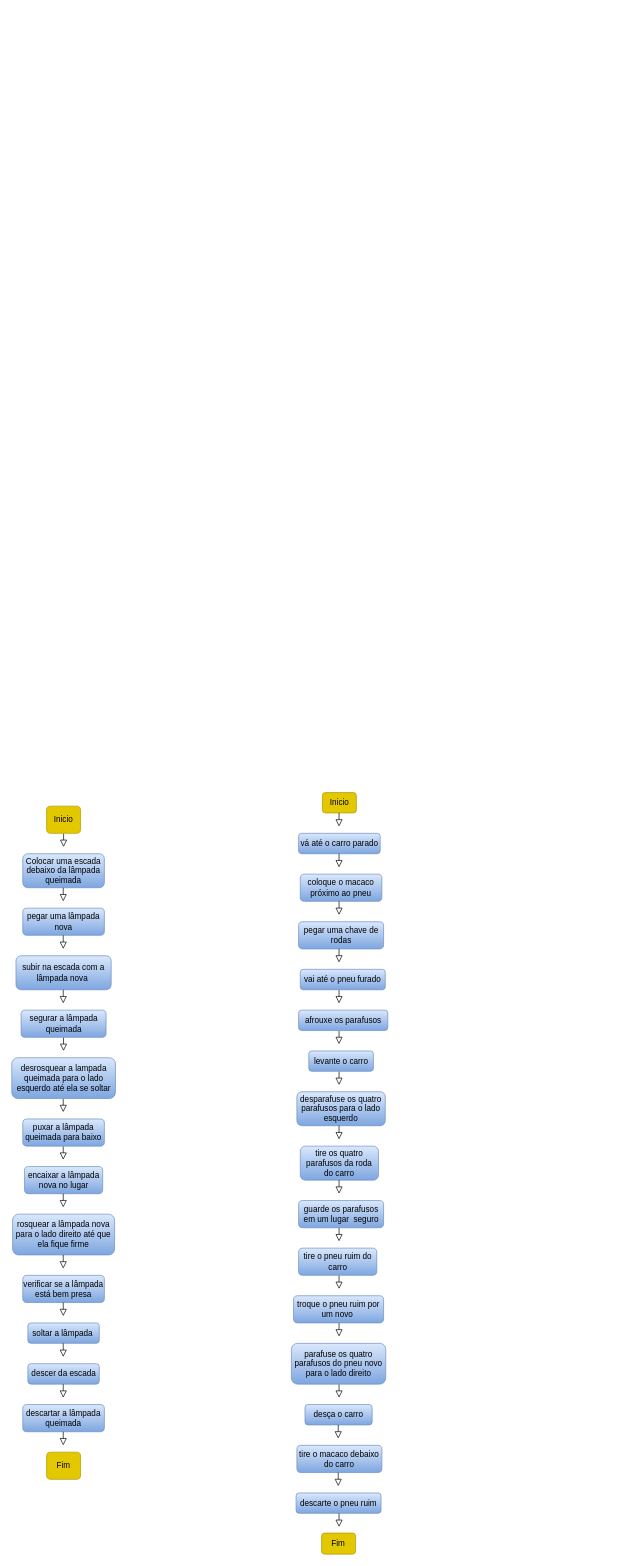
Earlier version of the draw.io diagram Diagrama sem nome.drawio (MaviSz01/terceira_aula). Source tidied: cells renumbered, new cells numbered last; positions are measured from the earlier drawing's top-left corner, leaving out a move shared by most shapes. Both pictures are drawn from the tidied source at 68%, with x=0, y=0 at pixel (12, 792).
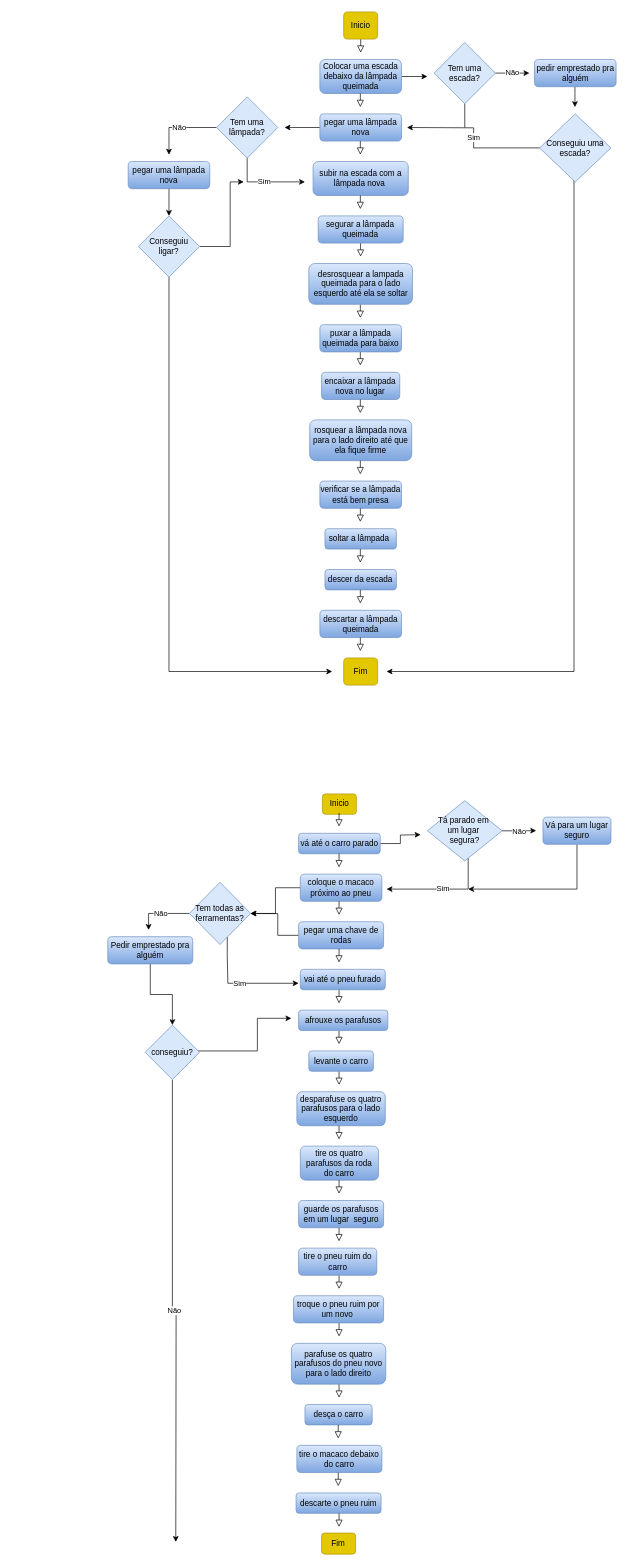
Above is the later version.

Unchanged cells that the change refers to:
```xml
<mxCell id="32" value="vá até o carro parado" style="rounded=1;whiteSpace=wrap;html=1;fontSize=12;glass=0;strokeWidth=1;shadow=0;fillColor=#dae8fc;strokeColor=#6c8ebf;gradientColor=#7ea6e0;" parent="1" vertex="1">
  <mxGeometry x="421.6" y="60" width="120" height="30" as="geometry" />
</mxCell>
<mxCell id="35" value="coloque o macaco próximo ao pneu" style="rounded=1;whiteSpace=wrap;html=1;fontSize=12;glass=0;strokeWidth=1;shadow=0;fillColor=#dae8fc;gradientColor=#7ea6e0;strokeColor=#6c8ebf;" parent="1" vertex="1">
  <mxGeometry x="424.1" y="120" width="120" height="40" as="geometry" />
</mxCell>
```

What changed in the source:
```diff
@@
     <mxCell id="2" style="rounded=0;html=1;jettySize=auto;fontSize=11;endArrow=block;endFill=0;endSize=8;strokeWidth=1;shadow=0;labelBackgroundColor=none;edgeStyle=orthogonalEdgeStyle;" parent="1" edge="1" source="3">
       <mxGeometry relative="1" as="geometry">
-        <mxPoint x="76" y="80" as="targetPoint" />
+        <mxPoint x="512.9" y="-1088" as="targetPoint" />
       </mxGeometry>
     </mxCell>
     <mxCell id="3" value="Inicio" style="rounded=1;whiteSpace=wrap;html=1;fontSize=12;glass=0;strokeWidth=1;shadow=0;fillColor=#e3c800;strokeColor=#B09500;fontColor=#000000;" parent="1" vertex="1">
-      <mxGeometry x="51" y="20" width="50" height="40" as="geometry" />
+      <mxGeometry x="487.9" y="-1148" width="50" height="40" as="geometry" />
     </mxCell>
+    <mxCell id="62" style="edgeStyle=orthogonalEdgeStyle;rounded=0;jettySize=auto;html=1;" parent="1" edge="1" source="4">
+      <mxGeometry relative="1" as="geometry">
+        <mxPoint x="611" y="-1053" as="targetPoint" />
+        <Array as="points">
+          <mxPoint x="581" y="-1053" />
+          <mxPoint x="581" y="-1053" />
+        </Array>
+      </mxGeometry>
+    </mxCell>
     <mxCell id="4" value="Colocar uma escada debaixo da lâmpada queimada" style="rounded=1;whiteSpace=wrap;html=1;fontSize=12;glass=0;strokeWidth=1;shadow=0;fillColor=#dae8fc;gradientColor=#7ea6e0;strokeColor=#6c8ebf;" parent="1" vertex="1">
-      <mxGeometry x="16" y="90" width="120" height="50" as="geometry" />
+      <mxGeometry x="452.9" y="-1078" width="120" height="50" as="geometry" />
     </mxCell>
     <mxCell id="5" value="Fim" style="rounded=1;whiteSpace=wrap;html=1;fontSize=12;glass=0;strokeWidth=1;shadow=0;fillColor=#e3c800;fontColor=#000000;strokeColor=#B09500;" parent="1" vertex="1">
-      <mxGeometry x="51" y="970" width="50" height="40" as="geometry" />
+      <mxGeometry x="487.9" y="-198" width="50" height="40" as="geometry" />
     </mxCell>
     <mxCell id="6" value="subir na escada com a lâmpada nova&amp;nbsp;" style="rounded=1;whiteSpace=wrap;html=1;fontSize=12;glass=0;strokeWidth=1;shadow=0;fillColor=#dae8fc;gradientColor=#7ea6e0;strokeColor=#6c8ebf;" parent="1" vertex="1">
-      <mxGeometry x="6" y="240" width="140" height="50" as="geometry" />
+      <mxGeometry x="442.9" y="-928" width="140" height="50" as="geometry" />
     </mxCell>
     <mxCell id="7" style="rounded=0;html=1;jettySize=auto;orthogonalLoop=1;fontSize=11;endArrow=block;endFill=0;endSize=8;strokeWidth=1;shadow=0;labelBackgroundColor=none;edgeStyle=orthogonalEdgeStyle;" parent="1" edge="1">
       <mxGeometry relative="1" as="geometry">
-        <mxPoint x="75.5" y="140" as="sourcePoint" />
-        <mxPoint x="75.5" y="160" as="targetPoint" />
+        <mxPoint x="512.4" y="-1028" as="sourcePoint" />
+        <mxPoint x="512.4" y="-1008" as="targetPoint" />
       </mxGeometry>
     </mxCell>
+    <mxCell id="63" style="edgeStyle=orthogonalEdgeStyle;rounded=0;jettySize=auto;html=1;" parent="1" edge="1" source="8">
+      <mxGeometry relative="1" as="geometry">
+        <mxPoint x="401" y="-978" as="targetPoint" />
+        <Array as="points">
+          <mxPoint x="411" y="-978" />
+          <mxPoint x="411" y="-978" />
+        </Array>
+      </mxGeometry>
+    </mxCell>
     <mxCell id="8" value="pegar uma lâmpada nova" style="rounded=1;whiteSpace=wrap;html=1;fontSize=12;glass=0;strokeWidth=1;shadow=0;fillColor=#dae8fc;gradientColor=#7ea6e0;strokeColor=#6c8ebf;" parent="1" vertex="1">
-      <mxGeometry x="16" y="170" width="120" height="40" as="geometry" />
+      <mxGeometry x="452.9" y="-998" width="120" height="40" as="geometry" />
     </mxCell>
     <mxCell id="9" style="rounded=0;html=1;jettySize=auto;orthogonalLoop=1;fontSize=11;endArrow=block;endFill=0;endSize=8;strokeWidth=1;shadow=0;labelBackgroundColor=none;edgeStyle=orthogonalEdgeStyle;" parent="1" edge="1">
       <mxGeometry relative="1" as="geometry">
-        <mxPoint x="75.5" y="520" as="sourcePoint" />
-        <mxPoint x="75.5" y="540" as="targetPoint" />
+        <mxPoint x="512.4" y="-648" as="sourcePoint" />
+        <mxPoint x="512.4" y="-628" as="targetPoint" />
       </mxGeometry>
     </mxCell>
     <mxCell id="10" style="rounded=0;html=1;jettySize=auto;orthogonalLoop=1;fontSize=11;endArrow=block;endFill=0;endSize=8;strokeWidth=1;shadow=0;labelBackgroundColor=none;edgeStyle=orthogonalEdgeStyle;" parent="1" edge="1">
       <mxGeometry relative="1" as="geometry">
-        <mxPoint x="75.5" y="210" as="sourcePoint" />
-        <mxPoint x="75.5" y="230" as="targetPoint" />
+        <mxPoint x="512.4" y="-958" as="sourcePoint" />
+        <mxPoint x="512.4" y="-938" as="targetPoint" />
       </mxGeometry>
     </mxCell>
     <mxCell id="11" style="rounded=0;html=1;jettySize=auto;orthogonalLoop=1;fontSize=11;endArrow=block;endFill=0;endSize=8;strokeWidth=1;shadow=0;labelBackgroundColor=none;edgeStyle=orthogonalEdgeStyle;" parent="1" edge="1">
       <mxGeometry relative="1" as="geometry">
-        <mxPoint x="75.9" y="360" as="sourcePoint" />
-        <mxPoint x="75.9" y="380" as="targetPoint" />
+        <mxPoint x="512.8" y="-808" as="sourcePoint" />
+        <mxPoint x="512.8" y="-788" as="targetPoint" />
       </mxGeometry>
     </mxCell>
     <mxCell id="12" style="rounded=0;html=1;jettySize=auto;orthogonalLoop=1;fontSize=11;endArrow=block;endFill=0;endSize=8;strokeWidth=1;shadow=0;labelBackgroundColor=none;edgeStyle=orthogonalEdgeStyle;" parent="1" edge="1">
       <mxGeometry relative="1" as="geometry">
-        <mxPoint x="75.5" y="450" as="sourcePoint" />
-        <mxPoint x="75.5" y="470" as="targetPoint" />
+        <mxPoint x="512.4" y="-718" as="sourcePoint" />
+        <mxPoint x="512.4" y="-698" as="targetPoint" />
       </mxGeometry>
     </mxCell>
     <mxCell id="13" style="rounded=0;html=1;jettySize=auto;orthogonalLoop=1;fontSize=11;endArrow=block;endFill=0;endSize=8;strokeWidth=1;shadow=0;labelBackgroundColor=none;edgeStyle=orthogonalEdgeStyle;" parent="1" edge="1">
       <mxGeometry relative="1" as="geometry">
-        <mxPoint x="75.5" y="290" as="sourcePoint" />
-        <mxPoint x="75.5" y="310" as="targetPoint" />
+        <mxPoint x="512.4" y="-878" as="sourcePoint" />
+        <mxPoint x="512.4" y="-858" as="targetPoint" />
       </mxGeometry>
     </mxCell>
     <mxCell id="14" value="segurar a lâmpada queimada" style="rounded=1;whiteSpace=wrap;html=1;fontSize=12;glass=0;strokeWidth=1;shadow=0;fillColor=#dae8fc;gradientColor=#7ea6e0;strokeColor=#6c8ebf;" parent="1" vertex="1">
-      <mxGeometry x="13.5" y="320" width="125" height="40" as="geometry" />
+      <mxGeometry x="450.4" y="-848" width="125" height="40" as="geometry" />
     </mxCell>
     <mxCell id="15" value="puxar a lâmpada queimada para baixo" style="rounded=1;whiteSpace=wrap;html=1;fontSize=12;glass=0;strokeWidth=1;shadow=0;fillColor=#dae8fc;gradientColor=#7ea6e0;strokeColor=#6c8ebf;" parent="1" vertex="1">
-      <mxGeometry x="16" y="480" width="120" height="40" as="geometry" />
+      <mxGeometry x="452.9" y="-688" width="120" height="40" as="geometry" />
     </mxCell>
     <mxCell id="16" value="desrosquear a lampada queimada para o lado esquerdo até ela se soltar" style="rounded=1;whiteSpace=wrap;html=1;fontSize=12;glass=0;strokeWidth=1;shadow=0;fillColor=#dae8fc;gradientColor=#7ea6e0;strokeColor=#6c8ebf;" parent="1" vertex="1">
-      <mxGeometry x="-0.2" y="390" width="152.5" height="60" as="geometry" />
+      <mxGeometry x="436.6" y="-778" width="152.5" height="60" as="geometry" />
     </mxCell>
     <mxCell id="17" value="encaixar a lâmpada nova no lugar" style="rounded=1;whiteSpace=wrap;html=1;fontSize=12;glass=0;strokeWidth=1;shadow=0;fillColor=#dae8fc;gradientColor=#7ea6e0;strokeColor=#6c8ebf;" parent="1" vertex="1">
-      <mxGeometry x="18.5" y="550" width="115" height="40" as="geometry" />
+      <mxGeometry x="455.4" y="-618" width="115" height="40" as="geometry" />
     </mxCell>
     <mxCell id="18" value="rosquear a lâmpada nova para o lado direito até que ela fique firme" style="rounded=1;whiteSpace=wrap;html=1;fontSize=12;glass=0;strokeWidth=1;shadow=0;fillColor=#dae8fc;gradientColor=#7ea6e0;strokeColor=#6c8ebf;" parent="1" vertex="1">
-      <mxGeometry x="1" y="620" width="150" height="60" as="geometry" />
+      <mxGeometry x="437.9" y="-548" width="150" height="60" as="geometry" />
     </mxCell>
     <mxCell id="19" value="soltar a lâmpada&amp;nbsp;" style="rounded=1;whiteSpace=wrap;html=1;fontSize=12;glass=0;strokeWidth=1;shadow=0;fillColor=#dae8fc;gradientColor=#7ea6e0;strokeColor=#6c8ebf;" parent="1" vertex="1">
-      <mxGeometry x="23.5" y="780" width="105" height="30" as="geometry" />
+      <mxGeometry x="460.4" y="-388" width="105" height="30" as="geometry" />
     </mxCell>
     <mxCell id="20" value="verificar se a lâmpada está bem presa" style="rounded=1;whiteSpace=wrap;html=1;fontSize=12;glass=0;strokeWidth=1;shadow=0;fillColor=#dae8fc;gradientColor=#7ea6e0;strokeColor=#6c8ebf;" parent="1" vertex="1">
-      <mxGeometry x="16" y="710" width="120" height="40" as="geometry" />
+      <mxGeometry x="452.9" y="-458" width="120" height="40" as="geometry" />
     </mxCell>
@@
     <mxCell id="22" value="descer da escada" style="rounded=1;whiteSpace=wrap;html=1;fontSize=12;glass=0;strokeWidth=1;shadow=0;fillColor=#dae8fc;gradientColor=#7ea6e0;strokeColor=#6c8ebf;" parent="1" vertex="1">
-      <mxGeometry x="23.5" y="840" width="105" height="30" as="geometry" />
+      <mxGeometry x="460.4" y="-328" width="105" height="30" as="geometry" />
     </mxCell>
     <mxCell id="23" value="descartar a lâmpada queimada" style="rounded=1;whiteSpace=wrap;html=1;fontSize=12;glass=0;strokeWidth=1;shadow=0;fillColor=#dae8fc;gradientColor=#7ea6e0;strokeColor=#6c8ebf;" parent="1" vertex="1">
-      <mxGeometry x="16" y="900" width="120" height="40" as="geometry" />
+      <mxGeometry x="452.9" y="-268" width="120" height="40" as="geometry" />
     </mxCell>
     <mxCell id="24" style="rounded=0;html=1;jettySize=auto;orthogonalLoop=1;fontSize=11;endArrow=block;endFill=0;endSize=8;strokeWidth=1;shadow=0;labelBackgroundColor=none;edgeStyle=orthogonalEdgeStyle;" parent="1" edge="1">
       <mxGeometry relative="1" as="geometry">
-        <mxPoint x="75.5" y="940" as="sourcePoint" />
-        <mxPoint x="75.5" y="960" as="targetPoint" />
+        <mxPoint x="512.4" y="-228" as="sourcePoint" />
+        <mxPoint x="512.4" y="-208" as="targetPoint" />
       </mxGeometry>
     </mxCell>
     <mxCell id="25" style="rounded=0;html=1;jettySize=auto;orthogonalLoop=1;fontSize=11;endArrow=block;endFill=0;endSize=8;strokeWidth=1;shadow=0;labelBackgroundColor=none;edgeStyle=orthogonalEdgeStyle;" parent="1" edge="1">
       <mxGeometry relative="1" as="geometry">
-        <mxPoint x="75.5" y="870" as="sourcePoint" />
-        <mxPoint x="75.5" y="890" as="targetPoint" />
+        <mxPoint x="512.4" y="-298" as="sourcePoint" />
+        <mxPoint x="512.4" y="-278" as="targetPoint" />
       </mxGeometry>
     </mxCell>
     <mxCell id="26" style="rounded=0;html=1;jettySize=auto;orthogonalLoop=1;fontSize=11;endArrow=block;endFill=0;endSize=8;strokeWidth=1;shadow=0;labelBackgroundColor=none;edgeStyle=orthogonalEdgeStyle;" parent="1" edge="1">
       <mxGeometry relative="1" as="geometry">
-        <mxPoint x="75.5" y="810" as="sourcePoint" />
-        <mxPoint x="75.5" y="830" as="targetPoint" />
+        <mxPoint x="512.4" y="-358" as="sourcePoint" />
+        <mxPoint x="512.4" y="-338" as="targetPoint" />
       </mxGeometry>
     </mxCell>
     <mxCell id="27" style="rounded=0;html=1;jettySize=auto;orthogonalLoop=1;fontSize=11;endArrow=block;endFill=0;endSize=8;strokeWidth=1;shadow=0;labelBackgroundColor=none;edgeStyle=orthogonalEdgeStyle;" parent="1" edge="1">
       <mxGeometry relative="1" as="geometry">
-        <mxPoint x="75.5" y="750" as="sourcePoint" />
-        <mxPoint x="75.5" y="770" as="targetPoint" />
+        <mxPoint x="512.4" y="-418" as="sourcePoint" />
+        <mxPoint x="512.4" y="-398" as="targetPoint" />
       </mxGeometry>
     </mxCell>
     <mxCell id="28" style="rounded=0;html=1;jettySize=auto;orthogonalLoop=1;fontSize=11;endArrow=block;endFill=0;endSize=8;strokeWidth=1;shadow=0;labelBackgroundColor=none;edgeStyle=orthogonalEdgeStyle;" parent="1" edge="1">
       <mxGeometry relative="1" as="geometry">
-        <mxPoint x="75.5" y="680" as="sourcePoint" />
-        <mxPoint x="75.5" y="700" as="targetPoint" />
+        <mxPoint x="512.4" y="-488" as="sourcePoint" />
+        <mxPoint x="512.4" y="-468" as="targetPoint" />
       </mxGeometry>
     </mxCell>
     <mxCell id="29" style="rounded=0;html=1;jettySize=auto;orthogonalLoop=1;fontSize=11;endArrow=block;endFill=0;endSize=8;strokeWidth=1;shadow=0;labelBackgroundColor=none;edgeStyle=orthogonalEdgeStyle;" parent="1" edge="1">
       <mxGeometry relative="1" as="geometry">
-        <mxPoint x="75.5" y="590" as="sourcePoint" />
-        <mxPoint x="75.5" y="610" as="targetPoint" />
+        <mxPoint x="512.4" y="-578" as="sourcePoint" />
+        <mxPoint x="512.4" y="-558" as="targetPoint" />
       </mxGeometry>
     </mxCell>
     <mxCell id="30" value="Inicio" style="rounded=1;whiteSpace=wrap;html=1;fontSize=12;glass=0;strokeWidth=1;shadow=0;fillColor=#e3c800;strokeColor=#B09500;fontColor=#000000;" parent="1" vertex="1">
-      <mxGeometry x="456.6" width="50" height="30" as="geometry" />
+      <mxGeometry x="456.6" y="2" width="50" height="30" as="geometry" />
     </mxCell>
@@
+    <mxCell id="64" style="edgeStyle=orthogonalEdgeStyle;rounded=0;jettySize=auto;html=1;" parent="1" edge="1" source="32">
+      <mxGeometry relative="1" as="geometry">
+        <mxPoint x="601" y="62" as="targetPoint" />
+      </mxGeometry>
+    </mxCell>
@@
+    <mxCell id="65" style="edgeStyle=orthogonalEdgeStyle;rounded=0;orthogonalLoop=1;jettySize=auto;html=1;" parent="1" edge="1">
+      <mxGeometry relative="1" as="geometry">
+        <mxPoint x="421.6" y="210" as="sourcePoint" />
+        <mxPoint x="350.8" y="178" as="targetPoint" />
+        <Array as="points">
+          <mxPoint x="391" y="210" />
+          <mxPoint x="391" y="178" />
+        </Array>
+      </mxGeometry>
+    </mxCell>
@@
+    <mxCell id="66" style="edgeStyle=orthogonalEdgeStyle;rounded=0;jettySize=auto;html=1;" parent="1" edge="1" source="35" target="90">
+      <mxGeometry relative="1" as="geometry" />
+    </mxCell>
@@
+    <mxCell id="67" value="Não" style="edgeStyle=orthogonalEdgeStyle;rounded=0;jettySize=auto;html=1;" parent="1" edge="1" source="69">
+      <mxGeometry relative="1" as="geometry">
+        <mxPoint x="231" y="-938" as="targetPoint" />
+        <Array as="points">
+          <mxPoint x="256" y="-978" />
+          <mxPoint x="256" y="-978" />
+        </Array>
+      </mxGeometry>
+    </mxCell>
+    <mxCell id="68" value="Sim" style="edgeStyle=orthogonalEdgeStyle;rounded=0;jettySize=auto;html=1;" parent="1" edge="1" source="69">
+      <mxGeometry relative="1" as="geometry">
+        <mxPoint x="431" y="-898" as="targetPoint" />
+        <Array as="points">
+          <mxPoint x="346" y="-898" />
+        </Array>
+      </mxGeometry>
+    </mxCell>
+    <mxCell id="69" value="Tem uma lâmpada?" style="rhombus;whiteSpace=wrap;html=1;fillColor=#dae8fc;strokeColor=#6c8ebf;" parent="1" vertex="1">
+      <mxGeometry x="301" y="-1023" width="90" height="90" as="geometry" />
+    </mxCell>
+    <mxCell id="70" value="Não" style="edgeStyle=orthogonalEdgeStyle;rounded=0;jettySize=auto;html=1;" parent="1" edge="1" source="71">
+      <mxGeometry relative="1" as="geometry">
+        <mxPoint x="761" y="-1058" as="targetPoint" />
+      </mxGeometry>
+    </mxCell>
+    <mxCell id="71" value="Tem uma escada?" style="rhombus;whiteSpace=wrap;html=1;fillColor=#dae8fc;strokeColor=#6c8ebf;" parent="1" vertex="1">
+      <mxGeometry x="621" y="-1103" width="90" height="90" as="geometry" />
+    </mxCell>
+    <mxCell id="72" style="edgeStyle=orthogonalEdgeStyle;rounded=0;jettySize=auto;html=1;" parent="1" edge="1" source="73" target="78">
+      <mxGeometry relative="1" as="geometry" />
+    </mxCell>
+    <mxCell id="73" value="pegar uma lâmpada nova" style="rounded=1;whiteSpace=wrap;html=1;fontSize=12;glass=0;strokeWidth=1;shadow=0;fillColor=#dae8fc;gradientColor=#7ea6e0;strokeColor=#6c8ebf;" parent="1" vertex="1">
+      <mxGeometry x="171" y="-928" width="120" height="40" as="geometry" />
+    </mxCell>
+    <mxCell id="74" style="edgeStyle=orthogonalEdgeStyle;rounded=0;jettySize=auto;html=1;" parent="1" edge="1" source="75">
+      <mxGeometry relative="1" as="geometry">
+        <mxPoint x="828" y="-1008" as="targetPoint" />
+        <Array as="points">
+          <mxPoint x="829" y="-1028" />
+          <mxPoint x="829" y="-1028" />
+        </Array>
+      </mxGeometry>
+    </mxCell>
+    <mxCell id="75" value="pedir emprestado pra alguém" style="rounded=1;whiteSpace=wrap;html=1;fontSize=12;glass=0;strokeWidth=1;shadow=0;fillColor=#dae8fc;gradientColor=#7ea6e0;strokeColor=#6c8ebf;" parent="1" vertex="1">
+      <mxGeometry x="768.5" y="-1078" width="120" height="40" as="geometry" />
+    </mxCell>
+    <mxCell id="76" style="edgeStyle=orthogonalEdgeStyle;rounded=0;jettySize=auto;html=1;" parent="1" edge="1" source="78">
+      <mxGeometry relative="1" as="geometry">
+        <mxPoint x="341" y="-898" as="targetPoint" />
+        <Array as="points">
+          <mxPoint x="321" y="-803" />
+          <mxPoint x="321" y="-898" />
+        </Array>
+      </mxGeometry>
+    </mxCell>
+    <mxCell id="77" style="edgeStyle=orthogonalEdgeStyle;rounded=0;jettySize=auto;html=1;" parent="1" edge="1" source="78">
+      <mxGeometry relative="1" as="geometry">
+        <mxPoint x="471" y="-178" as="targetPoint" />
+        <Array as="points">
+          <mxPoint x="231" y="-178" />
+        </Array>
+      </mxGeometry>
+    </mxCell>
+    <mxCell id="78" value="Conseguiu ligar?" style="rhombus;whiteSpace=wrap;html=1;fillColor=#dae8fc;strokeColor=#6c8ebf;" parent="1" vertex="1">
+      <mxGeometry x="186" y="-848" width="90" height="90" as="geometry" />
+    </mxCell>
+    <mxCell id="79" value="Sim" style="edgeStyle=orthogonalEdgeStyle;rounded=0;jettySize=auto;html=1;" parent="1" edge="1" source="81">
+      <mxGeometry relative="1" as="geometry">
+        <mxPoint x="581" y="-978" as="targetPoint" />
+      </mxGeometry>
+    </mxCell>
+    <mxCell id="80" style="edgeStyle=orthogonalEdgeStyle;rounded=0;orthogonalLoop=1;jettySize=auto;html=1;" parent="1" edge="1">
+      <mxGeometry relative="1" as="geometry">
+        <mxPoint x="826.6" y="-908" as="sourcePoint" />
+        <mxPoint x="551" y="-178" as="targetPoint" />
+        <Array as="points">
+          <mxPoint x="827.1" y="-178" />
+        </Array>
+      </mxGeometry>
+    </mxCell>
+    <mxCell id="81" value="Conseguiu uma escada?" style="rhombus;whiteSpace=wrap;html=1;fillColor=#dae8fc;strokeColor=#6c8ebf;" parent="1" vertex="1">
+      <mxGeometry x="776" y="-998" width="105" height="100" as="geometry" />
+    </mxCell>
+    <mxCell id="82" style="endArrow=none;html=1;rounded=0;entryX=0.5;entryY=1;entryDx=0;entryDy=0;" parent="1" edge="1" target="71">
+      <mxGeometry relative="1" as="geometry">
+        <mxPoint x="666" y="-978" as="sourcePoint" />
+      </mxGeometry>
+    </mxCell>
+    <mxCell id="83" value="Sim" style="edgeStyle=orthogonalEdgeStyle;rounded=0;jettySize=auto;html=1;" parent="1" edge="1" source="85">
+      <mxGeometry relative="1" as="geometry">
+        <mxPoint x="551" y="142" as="targetPoint" />
+        <Array as="points">
+          <mxPoint x="671" y="142" />
+        </Array>
+      </mxGeometry>
+    </mxCell>
+    <mxCell id="84" value="Não" style="edgeStyle=orthogonalEdgeStyle;rounded=0;jettySize=auto;html=1;" parent="1" edge="1" source="85">
+      <mxGeometry relative="1" as="geometry">
+        <mxPoint x="771" y="56" as="targetPoint" />
+      </mxGeometry>
+    </mxCell>
+    <mxCell id="85" value="Tá parado em&amp;nbsp;&lt;div&gt;um lugar&amp;nbsp;&lt;/div&gt;&lt;div&gt;segura?&lt;/div&gt;" style="rhombus;whiteSpace=wrap;html=1;fillColor=#dae8fc;strokeColor=#6c8ebf;" parent="1" vertex="1">
+      <mxGeometry x="611" y="12" width="110" height="88.5" as="geometry" />
+    </mxCell>
+    <mxCell id="86" style="edgeStyle=orthogonalEdgeStyle;rounded=0;jettySize=auto;html=1;" parent="1" edge="1" source="87">
+      <mxGeometry relative="1" as="geometry">
+        <mxPoint x="671" y="142" as="targetPoint" />
+        <Array as="points">
+          <mxPoint x="831" y="132" />
+          <mxPoint x="831" y="132" />
+        </Array>
+      </mxGeometry>
+    </mxCell>
+    <mxCell id="87" value="Vá para um lugar seguro" style="rounded=1;whiteSpace=wrap;html=1;fontSize=12;glass=0;strokeWidth=1;shadow=0;fillColor=#dae8fc;gradientColor=#7ea6e0;strokeColor=#6c8ebf;" parent="1" vertex="1">
+      <mxGeometry x="781" y="36.2" width="100" height="40" as="geometry" />
+    </mxCell>
+    <mxCell id="88" value="Sim" style="edgeStyle=orthogonalEdgeStyle;rounded=0;orthogonalLoop=1;jettySize=auto;html=1;" parent="1" edge="1">
+      <mxGeometry relative="1" as="geometry">
+        <mxPoint x="316.7" y="212" as="sourcePoint" />
+        <mxPoint x="421.6" y="280.5" as="targetPoint" />
+        <Array as="points">
+          <mxPoint x="316.6" y="240.5" />
+          <mxPoint x="317.6" y="240.5" />
+          <mxPoint x="317.6" y="280.5" />
+        </Array>
+      </mxGeometry>
+    </mxCell>
+    <mxCell id="89" value="Não" style="edgeStyle=orthogonalEdgeStyle;rounded=0;jettySize=auto;html=1;" parent="1" edge="1" source="90">
+      <mxGeometry relative="1" as="geometry">
+        <mxPoint x="201" y="202" as="targetPoint" />
+        <Array as="points">
+          <mxPoint x="201" y="178" />
+          <mxPoint x="201" y="178" />
+        </Array>
+      </mxGeometry>
+    </mxCell>
+    <mxCell id="90" value="Tem todas as ferramentas?" style="rhombus;whiteSpace=wrap;html=1;fillColor=#dae8fc;strokeColor=#6c8ebf;" parent="1" vertex="1">
+      <mxGeometry x="261" y="132" width="90" height="91.5" as="geometry" />
+    </mxCell>
+    <mxCell id="91" style="edgeStyle=orthogonalEdgeStyle;rounded=0;jettySize=auto;html=1;" parent="1" edge="1" source="92" target="95">
+      <mxGeometry relative="1" as="geometry" />
+    </mxCell>
+    <mxCell id="92" value="Pedir emprestado pra alguém" style="rounded=1;whiteSpace=wrap;html=1;fontSize=12;glass=0;strokeWidth=1;shadow=0;fillColor=#dae8fc;gradientColor=#7ea6e0;strokeColor=#6c8ebf;" parent="1" vertex="1">
+      <mxGeometry x="141" y="212" width="125" height="40" as="geometry" />
+    </mxCell>
+    <mxCell id="93" style="edgeStyle=orthogonalEdgeStyle;rounded=0;orthogonalLoop=1;jettySize=auto;html=1;" parent="1" edge="1">
+      <mxGeometry relative="1" as="geometry">
+        <mxPoint x="221" y="380" as="sourcePoint" />
+        <mxPoint x="411" y="332" as="targetPoint" />
+        <Array as="points">
+          <mxPoint x="361" y="380" />
+        </Array>
+      </mxGeometry>
+    </mxCell>
+    <mxCell id="94" value="Não" style="edgeStyle=orthogonalEdgeStyle;rounded=0;jettySize=auto;html=1;" parent="1" edge="1" source="95">
+      <mxGeometry relative="1" as="geometry">
+        <mxPoint x="241" y="1102" as="targetPoint" />
+      </mxGeometry>
+    </mxCell>
+    <mxCell id="95" value="conseguiu?" style="rhombus;whiteSpace=wrap;html=1;fillColor=#dae8fc;strokeColor=#6c8ebf;" parent="1" vertex="1">
+      <mxGeometry x="196" y="342" width="80" height="80" as="geometry" />
+    </mxCell>
```
